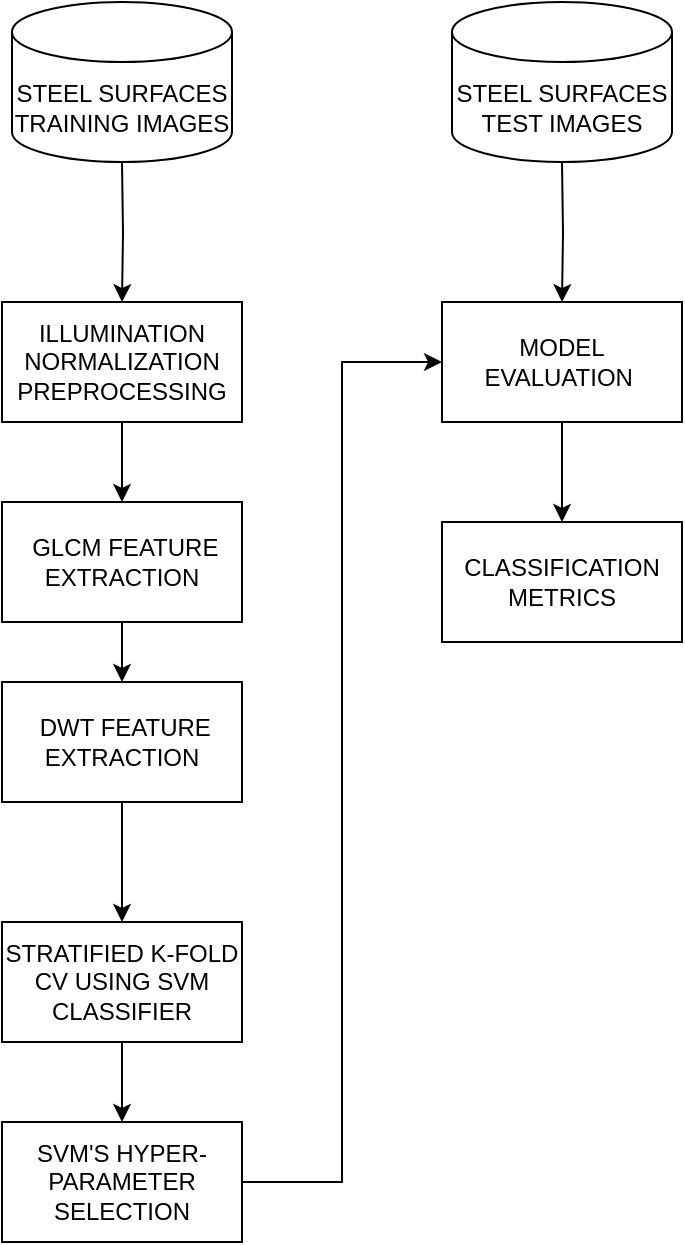
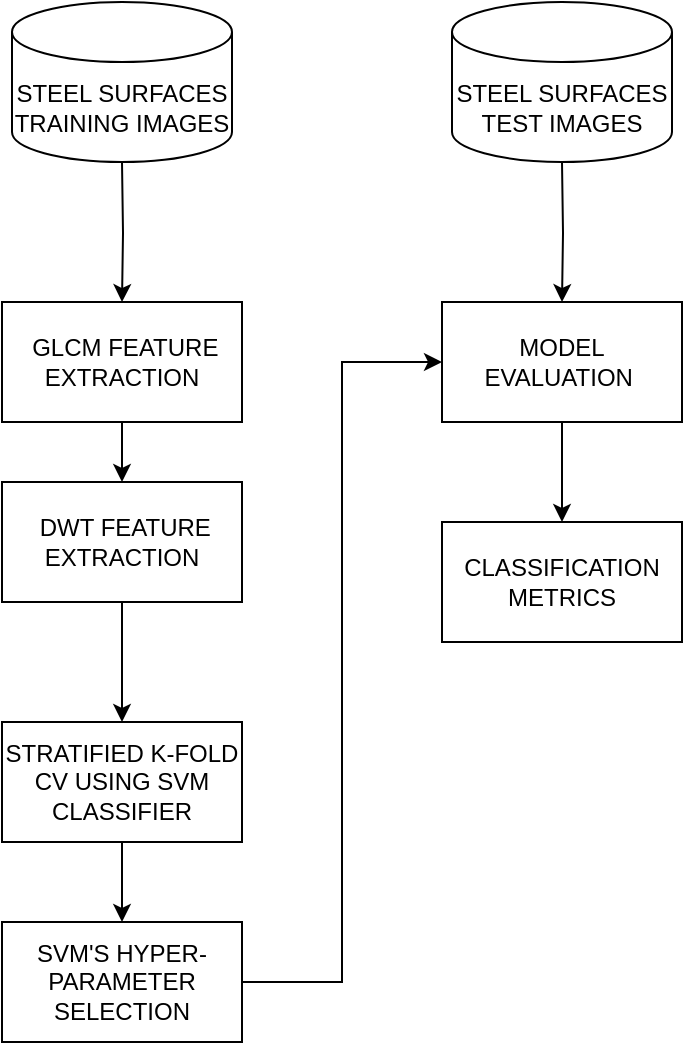
<mxfile host="app.diagrams.net">
  <diagram name="Page-1" id="Prmxn7w634DNLxsjH7Ni">
    <mxGraphModel dx="1204" dy="761" grid="1" gridSize="10" guides="1" tooltips="1" connect="1" arrows="1" fold="1" page="1" pageScale="1" pageWidth="827" pageHeight="1169" math="0" shadow="0">
      <root>
        <mxCell id="0" />
        <mxCell id="1" parent="0" />
-         <mxCell id="3GNQFcIypI1lWF14nDhn-11" edge="1" parent="1" style="edgeStyle=orthogonalEdgeStyle;rounded=0;orthogonalLoop=1;jettySize=auto;html=1;" target="3GNQFcIypI1lWF14nDhn-4">
+         <mxCell id="3GNQFcIypI1lWF14nDhn-11" edge="1" parent="1" style="edgeStyle=orthogonalEdgeStyle;rounded=0;orthogonalLoop=1;jettySize=auto;html=1;" target="3GNQFcIypI1lWF14nDhn-2">
          <mxGeometry relative="1" as="geometry">
            <mxPoint x="360" y="90" as="sourcePoint" />
+             <mxPoint x="360" y="160" as="targetPoint" />
          </mxGeometry>
        </mxCell>
        <mxCell id="3GNQFcIypI1lWF14nDhn-13" edge="1" parent="1" source="3GNQFcIypI1lWF14nDhn-2" style="edgeStyle=orthogonalEdgeStyle;rounded=0;orthogonalLoop=1;jettySize=auto;html=1;" target="3GNQFcIypI1lWF14nDhn-3">
          <mxGeometry relative="1" as="geometry" />
        </mxCell>
        <mxCell id="3GNQFcIypI1lWF14nDhn-2" parent="1" style="rounded=0;whiteSpace=wrap;html=1;" value="&amp;nbsp;GLCM FEATURE EXTRACTION" vertex="1">
-           <mxGeometry height="60" width="120" x="300" y="260" as="geometry" />
+           <mxGeometry height="60" width="120" x="300" y="160" as="geometry" />
        </mxCell>
        <mxCell id="3GNQFcIypI1lWF14nDhn-14" edge="1" parent="1" source="3GNQFcIypI1lWF14nDhn-3" style="edgeStyle=orthogonalEdgeStyle;rounded=0;orthogonalLoop=1;jettySize=auto;html=1;entryX=0.5;entryY=0;entryDx=0;entryDy=0;" target="3GNQFcIypI1lWF14nDhn-6">
          <mxGeometry relative="1" as="geometry" />
        </mxCell>
        <mxCell id="3GNQFcIypI1lWF14nDhn-3" parent="1" style="rounded=0;whiteSpace=wrap;html=1;" value="&amp;nbsp;DWT FEATURE EXTRACTION" vertex="1">
-           <mxGeometry height="60" width="120" x="300" y="350" as="geometry" />
-         </mxCell>
-         <mxCell id="3GNQFcIypI1lWF14nDhn-12" edge="1" parent="1" source="3GNQFcIypI1lWF14nDhn-4" style="edgeStyle=orthogonalEdgeStyle;rounded=0;orthogonalLoop=1;jettySize=auto;html=1;" target="3GNQFcIypI1lWF14nDhn-2">
-           <mxGeometry relative="1" as="geometry" />
-         </mxCell>
-         <mxCell id="3GNQFcIypI1lWF14nDhn-4" parent="1" style="rounded=0;whiteSpace=wrap;html=1;" value="ILLUMINATION NORMALIZATION PREPROCESSING" vertex="1">
-           <mxGeometry height="60" width="120" x="300" y="160" as="geometry" />
+           <mxGeometry height="60" width="120" x="300" y="250" as="geometry" />
        </mxCell>
        <mxCell id="3GNQFcIypI1lWF14nDhn-15" edge="1" parent="1" source="3GNQFcIypI1lWF14nDhn-6" style="edgeStyle=orthogonalEdgeStyle;rounded=0;orthogonalLoop=1;jettySize=auto;html=1;entryX=0.5;entryY=0;entryDx=0;entryDy=0;" target="3GNQFcIypI1lWF14nDhn-7">
          <mxGeometry relative="1" as="geometry" />
        </mxCell>
        <mxCell id="3GNQFcIypI1lWF14nDhn-6" parent="1" style="rounded=0;whiteSpace=wrap;html=1;" value="STRATIFIED K-FOLD CV USING SVM CLASSIFIER" vertex="1">
-           <mxGeometry height="60" width="120" x="300" y="470" as="geometry" />
+           <mxGeometry height="60" width="120" x="300" y="370" as="geometry" />
        </mxCell>
        <mxCell id="3GNQFcIypI1lWF14nDhn-18" edge="1" parent="1" source="3GNQFcIypI1lWF14nDhn-7" style="edgeStyle=orthogonalEdgeStyle;rounded=0;orthogonalLoop=1;jettySize=auto;html=1;entryX=0;entryY=0.5;entryDx=0;entryDy=0;" target="3GNQFcIypI1lWF14nDhn-9">
          <mxGeometry relative="1" as="geometry" />
        </mxCell>
        <mxCell id="3GNQFcIypI1lWF14nDhn-7" parent="1" style="rounded=0;whiteSpace=wrap;html=1;" value="SVM&#39;S HYPER-PARAMETER SELECTION" vertex="1">
-           <mxGeometry height="60" width="120" x="300" y="570" as="geometry" />
+           <mxGeometry height="60" width="120" x="300" y="470" as="geometry" />
        </mxCell>
        <mxCell id="3GNQFcIypI1lWF14nDhn-16" edge="1" parent="1" style="edgeStyle=orthogonalEdgeStyle;rounded=0;orthogonalLoop=1;jettySize=auto;html=1;" target="3GNQFcIypI1lWF14nDhn-9">
          <mxGeometry relative="1" as="geometry">
            <mxPoint x="580" y="90" as="sourcePoint" />
          </mxGeometry>
        </mxCell>
        <mxCell id="3GNQFcIypI1lWF14nDhn-17" edge="1" parent="1" source="3GNQFcIypI1lWF14nDhn-9" style="edgeStyle=orthogonalEdgeStyle;rounded=0;orthogonalLoop=1;jettySize=auto;html=1;" target="3GNQFcIypI1lWF14nDhn-10">
          <mxGeometry relative="1" as="geometry" />
        </mxCell>
        <mxCell id="3GNQFcIypI1lWF14nDhn-9" parent="1" style="rounded=0;whiteSpace=wrap;html=1;" value="MODEL EVALUATION&amp;nbsp;" vertex="1">
          <mxGeometry height="60" width="120" x="520" y="160" as="geometry" />
        </mxCell>
        <mxCell id="3GNQFcIypI1lWF14nDhn-10" parent="1" style="rounded=0;whiteSpace=wrap;html=1;" value="CLASSIFICATION METRICS" vertex="1">
          <mxGeometry height="60" width="120" x="520" y="270" as="geometry" />
        </mxCell>
        <mxCell id="3GNQFcIypI1lWF14nDhn-19" parent="1" style="shape=cylinder3;whiteSpace=wrap;html=1;boundedLbl=1;backgroundOutline=1;size=15;" value="STEEL SURFACES TRAINING IMAGES" vertex="1">
          <mxGeometry height="80" width="110" x="305" y="10" as="geometry" />
        </mxCell>
        <mxCell id="3GNQFcIypI1lWF14nDhn-20" parent="1" style="shape=cylinder3;whiteSpace=wrap;html=1;boundedLbl=1;backgroundOutline=1;size=15;" value="STEEL SURFACES TEST IMAGES" vertex="1">
          <mxGeometry height="80" width="110" x="525" y="10" as="geometry" />
        </mxCell>
      </root>
    </mxGraphModel>
  </diagram>
</mxfile>
